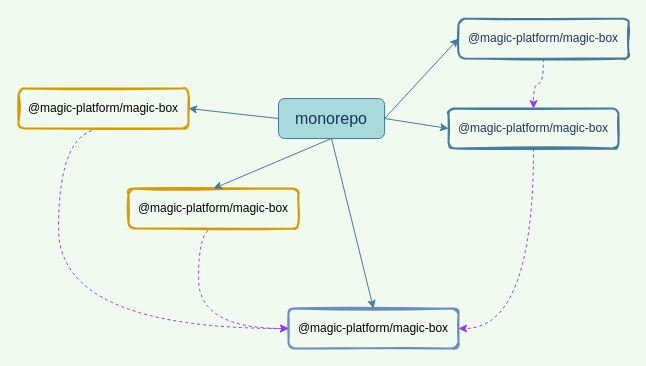
Earlier version of the draw.io diagram 1127.drawio (qqstt/diagram). Source tidied: cells renumbered, new cells numbered last; positions are measured from the earlier drawing's top-left corner, leaving out a move shared by most shapes. Both pictures are drawn from the tidied source at 100%, with x=0, y=0 at pixel (18, 18).
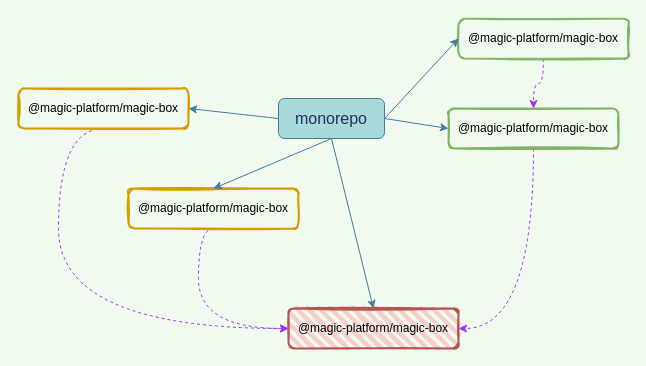
The same diagram, later.

The edit, as a diff of the source:
```diff
@@
-    <mxCell id="4" value="&lt;div style=&quot;font-size: 12px;&quot;&gt;&lt;div class=&quot;ace-line ace-line old-record-id-JIQad8sEWowKi4xaQBFcA7dcnKf&quot; style=&quot;&quot;&gt;&lt;font style=&quot;font-size: 12px;&quot;&gt;@magic-platform/magic-box&lt;/font&gt;&lt;/div&gt;&lt;/div&gt;&lt;font style=&quot;font-size: 12px;&quot;&gt;&lt;span class=&quot;lark-record-clipboard&quot; data-lark-record-data=&quot;{&amp;quot;rootId&amp;quot;:&amp;quot;DxfHdrzcuoXOEqxZpcIcURhInae&amp;quot;,&amp;quot;text&amp;quot;:{&amp;quot;initialAttributedTexts&amp;quot;:{&amp;quot;text&amp;quot;:{&amp;quot;0&amp;quot;:&amp;quot;@magic-platform/magic-box&amp;quot;},&amp;quot;attribs&amp;quot;:{&amp;quot;0&amp;quot;:&amp;quot;*0+p&amp;quot;}},&amp;quot;apool&amp;quot;:{&amp;quot;numToAttrib&amp;quot;:{&amp;quot;0&amp;quot;:[&amp;quot;author&amp;quot;,&amp;quot;7068583431243890692&amp;quot;]},&amp;quot;nextNum&amp;quot;:1}},&amp;quot;type&amp;quot;:&amp;quot;text&amp;quot;,&amp;quot;referenceRecordMap&amp;quot;:{},&amp;quot;extra&amp;quot;:{&amp;quot;mention_page_title&amp;quot;:{},&amp;quot;external_mention_url&amp;quot;:{}},&amp;quot;isKeepQuoteContainer&amp;quot;:false,&amp;quot;isFromCode&amp;quot;:false,&amp;quot;selection&amp;quot;:[{&amp;quot;id&amp;quot;:23,&amp;quot;type&amp;quot;:&amp;quot;text&amp;quot;,&amp;quot;selection&amp;quot;:{&amp;quot;start&amp;quot;:0,&amp;quot;end&amp;quot;:25},&amp;quot;recordId&amp;quot;:&amp;quot;JIQad8sEWowKi4xaQBFcA7dcnKf&amp;quot;}],&amp;quot;isCut&amp;quot;:false}&quot;&gt;&lt;/span&gt;&lt;/font&gt;" style="rounded=1;whiteSpace=wrap;html=1;strokeWidth=2;fillWeight=4;hachureGap=8;hachureAngle=45;fillColor=none;sketch=1;fontSize=18;strokeColor=#6c8ebf;" parent="1" vertex="1">
+    <mxCell id="4" value="&lt;div style=&quot;font-size: 12px;&quot;&gt;&lt;div class=&quot;ace-line ace-line old-record-id-JIQad8sEWowKi4xaQBFcA7dcnKf&quot; style=&quot;&quot;&gt;&lt;font style=&quot;font-size: 12px;&quot;&gt;@magic-platform/magic-box&lt;/font&gt;&lt;/div&gt;&lt;/div&gt;&lt;font style=&quot;font-size: 12px;&quot;&gt;&lt;span class=&quot;lark-record-clipboard&quot; data-lark-record-data=&quot;{&amp;quot;rootId&amp;quot;:&amp;quot;DxfHdrzcuoXOEqxZpcIcURhInae&amp;quot;,&amp;quot;text&amp;quot;:{&amp;quot;initialAttributedTexts&amp;quot;:{&amp;quot;text&amp;quot;:{&amp;quot;0&amp;quot;:&amp;quot;@magic-platform/magic-box&amp;quot;},&amp;quot;attribs&amp;quot;:{&amp;quot;0&amp;quot;:&amp;quot;*0+p&amp;quot;}},&amp;quot;apool&amp;quot;:{&amp;quot;numToAttrib&amp;quot;:{&amp;quot;0&amp;quot;:[&amp;quot;author&amp;quot;,&amp;quot;7068583431243890692&amp;quot;]},&amp;quot;nextNum&amp;quot;:1}},&amp;quot;type&amp;quot;:&amp;quot;text&amp;quot;,&amp;quot;referenceRecordMap&amp;quot;:{},&amp;quot;extra&amp;quot;:{&amp;quot;mention_page_title&amp;quot;:{},&amp;quot;external_mention_url&amp;quot;:{}},&amp;quot;isKeepQuoteContainer&amp;quot;:false,&amp;quot;isFromCode&amp;quot;:false,&amp;quot;selection&amp;quot;:[{&amp;quot;id&amp;quot;:23,&amp;quot;type&amp;quot;:&amp;quot;text&amp;quot;,&amp;quot;selection&amp;quot;:{&amp;quot;start&amp;quot;:0,&amp;quot;end&amp;quot;:25},&amp;quot;recordId&amp;quot;:&amp;quot;JIQad8sEWowKi4xaQBFcA7dcnKf&amp;quot;}],&amp;quot;isCut&amp;quot;:false}&quot;&gt;&lt;/span&gt;&lt;/font&gt;" style="rounded=1;whiteSpace=wrap;html=1;strokeWidth=2;fillWeight=4;hachureGap=8;hachureAngle=45;fillColor=#f8cecc;sketch=1;fontSize=18;strokeColor=#b85450;" parent="1" vertex="1">
       <mxGeometry x="270" y="290" width="170" height="40" as="geometry" />
     </mxCell>
@@
-    <mxCell id="10" value="&lt;div style=&quot;font-size: 12px;&quot;&gt;&lt;div class=&quot;ace-line ace-line old-record-id-JIQad8sEWowKi4xaQBFcA7dcnKf&quot; style=&quot;&quot;&gt;&lt;font style=&quot;font-size: 12px;&quot;&gt;@magic-platform/magic-box&lt;/font&gt;&lt;/div&gt;&lt;/div&gt;&lt;font style=&quot;font-size: 12px;&quot;&gt;&lt;span class=&quot;lark-record-clipboard&quot; data-lark-record-data=&quot;{&amp;quot;rootId&amp;quot;:&amp;quot;DxfHdrzcuoXOEqxZpcIcURhInae&amp;quot;,&amp;quot;text&amp;quot;:{&amp;quot;initialAttributedTexts&amp;quot;:{&amp;quot;text&amp;quot;:{&amp;quot;0&amp;quot;:&amp;quot;@magic-platform/magic-box&amp;quot;},&amp;quot;attribs&amp;quot;:{&amp;quot;0&amp;quot;:&amp;quot;*0+p&amp;quot;}},&amp;quot;apool&amp;quot;:{&amp;quot;numToAttrib&amp;quot;:{&amp;quot;0&amp;quot;:[&amp;quot;author&amp;quot;,&amp;quot;7068583431243890692&amp;quot;]},&amp;quot;nextNum&amp;quot;:1}},&amp;quot;type&amp;quot;:&amp;quot;text&amp;quot;,&amp;quot;referenceRecordMap&amp;quot;:{},&amp;quot;extra&amp;quot;:{&amp;quot;mention_page_title&amp;quot;:{},&amp;quot;external_mention_url&amp;quot;:{}},&amp;quot;isKeepQuoteContainer&amp;quot;:false,&amp;quot;isFromCode&amp;quot;:false,&amp;quot;selection&amp;quot;:[{&amp;quot;id&amp;quot;:23,&amp;quot;type&amp;quot;:&amp;quot;text&amp;quot;,&amp;quot;selection&amp;quot;:{&amp;quot;start&amp;quot;:0,&amp;quot;end&amp;quot;:25},&amp;quot;recordId&amp;quot;:&amp;quot;JIQad8sEWowKi4xaQBFcA7dcnKf&amp;quot;}],&amp;quot;isCut&amp;quot;:false}&quot;&gt;&lt;/span&gt;&lt;/font&gt;" style="rounded=1;whiteSpace=wrap;html=1;strokeWidth=2;fillWeight=4;hachureGap=8;hachureAngle=45;fillColor=none;sketch=1;fontSize=18;strokeColor=#457B9D;fontColor=#1D3557;" parent="1" vertex="1">
+    <mxCell id="10" value="&lt;div style=&quot;font-size: 12px;&quot;&gt;&lt;div class=&quot;ace-line ace-line old-record-id-JIQad8sEWowKi4xaQBFcA7dcnKf&quot; style=&quot;&quot;&gt;&lt;font style=&quot;font-size: 12px;&quot;&gt;@magic-platform/magic-box&lt;/font&gt;&lt;/div&gt;&lt;/div&gt;&lt;font style=&quot;font-size: 12px;&quot;&gt;&lt;span class=&quot;lark-record-clipboard&quot; data-lark-record-data=&quot;{&amp;quot;rootId&amp;quot;:&amp;quot;DxfHdrzcuoXOEqxZpcIcURhInae&amp;quot;,&amp;quot;text&amp;quot;:{&amp;quot;initialAttributedTexts&amp;quot;:{&amp;quot;text&amp;quot;:{&amp;quot;0&amp;quot;:&amp;quot;@magic-platform/magic-box&amp;quot;},&amp;quot;attribs&amp;quot;:{&amp;quot;0&amp;quot;:&amp;quot;*0+p&amp;quot;}},&amp;quot;apool&amp;quot;:{&amp;quot;numToAttrib&amp;quot;:{&amp;quot;0&amp;quot;:[&amp;quot;author&amp;quot;,&amp;quot;7068583431243890692&amp;quot;]},&amp;quot;nextNum&amp;quot;:1}},&amp;quot;type&amp;quot;:&amp;quot;text&amp;quot;,&amp;quot;referenceRecordMap&amp;quot;:{},&amp;quot;extra&amp;quot;:{&amp;quot;mention_page_title&amp;quot;:{},&amp;quot;external_mention_url&amp;quot;:{}},&amp;quot;isKeepQuoteContainer&amp;quot;:false,&amp;quot;isFromCode&amp;quot;:false,&amp;quot;selection&amp;quot;:[{&amp;quot;id&amp;quot;:23,&amp;quot;type&amp;quot;:&amp;quot;text&amp;quot;,&amp;quot;selection&amp;quot;:{&amp;quot;start&amp;quot;:0,&amp;quot;end&amp;quot;:25},&amp;quot;recordId&amp;quot;:&amp;quot;JIQad8sEWowKi4xaQBFcA7dcnKf&amp;quot;}],&amp;quot;isCut&amp;quot;:false}&quot;&gt;&lt;/span&gt;&lt;/font&gt;" style="rounded=1;whiteSpace=wrap;html=1;strokeWidth=2;fillWeight=4;hachureGap=8;hachureAngle=45;fillColor=none;sketch=1;fontSize=18;strokeColor=#82b366;" parent="1" vertex="1">
       <mxGeometry x="430" y="90" width="170" height="40" as="geometry" />
     </mxCell>
@@
-    <mxCell id="12" value="&lt;div style=&quot;font-size: 12px;&quot;&gt;&lt;div class=&quot;ace-line ace-line old-record-id-JIQad8sEWowKi4xaQBFcA7dcnKf&quot; style=&quot;&quot;&gt;&lt;font style=&quot;font-size: 12px;&quot;&gt;@magic-platform/magic-box&lt;/font&gt;&lt;/div&gt;&lt;/div&gt;&lt;font style=&quot;font-size: 12px;&quot;&gt;&lt;span class=&quot;lark-record-clipboard&quot; data-lark-record-data=&quot;{&amp;quot;rootId&amp;quot;:&amp;quot;DxfHdrzcuoXOEqxZpcIcURhInae&amp;quot;,&amp;quot;text&amp;quot;:{&amp;quot;initialAttributedTexts&amp;quot;:{&amp;quot;text&amp;quot;:{&amp;quot;0&amp;quot;:&amp;quot;@magic-platform/magic-box&amp;quot;},&amp;quot;attribs&amp;quot;:{&amp;quot;0&amp;quot;:&amp;quot;*0+p&amp;quot;}},&amp;quot;apool&amp;quot;:{&amp;quot;numToAttrib&amp;quot;:{&amp;quot;0&amp;quot;:[&amp;quot;author&amp;quot;,&amp;quot;7068583431243890692&amp;quot;]},&amp;quot;nextNum&amp;quot;:1}},&amp;quot;type&amp;quot;:&amp;quot;text&amp;quot;,&amp;quot;referenceRecordMap&amp;quot;:{},&amp;quot;extra&amp;quot;:{&amp;quot;mention_page_title&amp;quot;:{},&amp;quot;external_mention_url&amp;quot;:{}},&amp;quot;isKeepQuoteContainer&amp;quot;:false,&amp;quot;isFromCode&amp;quot;:false,&amp;quot;selection&amp;quot;:[{&amp;quot;id&amp;quot;:23,&amp;quot;type&amp;quot;:&amp;quot;text&amp;quot;,&amp;quot;selection&amp;quot;:{&amp;quot;start&amp;quot;:0,&amp;quot;end&amp;quot;:25},&amp;quot;recordId&amp;quot;:&amp;quot;JIQad8sEWowKi4xaQBFcA7dcnKf&amp;quot;}],&amp;quot;isCut&amp;quot;:false}&quot;&gt;&lt;/span&gt;&lt;/font&gt;" style="rounded=1;whiteSpace=wrap;html=1;strokeWidth=2;fillWeight=4;hachureGap=8;hachureAngle=45;fillColor=none;sketch=1;fontSize=18;strokeColor=#457B9D;fontColor=#1D3557;" parent="1" vertex="1">
+    <mxCell id="12" value="&lt;div style=&quot;font-size: 12px;&quot;&gt;&lt;div class=&quot;ace-line ace-line old-record-id-JIQad8sEWowKi4xaQBFcA7dcnKf&quot; style=&quot;&quot;&gt;&lt;font style=&quot;font-size: 12px;&quot;&gt;@magic-platform/magic-box&lt;/font&gt;&lt;/div&gt;&lt;/div&gt;&lt;font style=&quot;font-size: 12px;&quot;&gt;&lt;span class=&quot;lark-record-clipboard&quot; data-lark-record-data=&quot;{&amp;quot;rootId&amp;quot;:&amp;quot;DxfHdrzcuoXOEqxZpcIcURhInae&amp;quot;,&amp;quot;text&amp;quot;:{&amp;quot;initialAttributedTexts&amp;quot;:{&amp;quot;text&amp;quot;:{&amp;quot;0&amp;quot;:&amp;quot;@magic-platform/magic-box&amp;quot;},&amp;quot;attribs&amp;quot;:{&amp;quot;0&amp;quot;:&amp;quot;*0+p&amp;quot;}},&amp;quot;apool&amp;quot;:{&amp;quot;numToAttrib&amp;quot;:{&amp;quot;0&amp;quot;:[&amp;quot;author&amp;quot;,&amp;quot;7068583431243890692&amp;quot;]},&amp;quot;nextNum&amp;quot;:1}},&amp;quot;type&amp;quot;:&amp;quot;text&amp;quot;,&amp;quot;referenceRecordMap&amp;quot;:{},&amp;quot;extra&amp;quot;:{&amp;quot;mention_page_title&amp;quot;:{},&amp;quot;external_mention_url&amp;quot;:{}},&amp;quot;isKeepQuoteContainer&amp;quot;:false,&amp;quot;isFromCode&amp;quot;:false,&amp;quot;selection&amp;quot;:[{&amp;quot;id&amp;quot;:23,&amp;quot;type&amp;quot;:&amp;quot;text&amp;quot;,&amp;quot;selection&amp;quot;:{&amp;quot;start&amp;quot;:0,&amp;quot;end&amp;quot;:25},&amp;quot;recordId&amp;quot;:&amp;quot;JIQad8sEWowKi4xaQBFcA7dcnKf&amp;quot;}],&amp;quot;isCut&amp;quot;:false}&quot;&gt;&lt;/span&gt;&lt;/font&gt;" style="rounded=1;whiteSpace=wrap;html=1;strokeWidth=2;fillWeight=4;hachureGap=8;hachureAngle=45;fillColor=none;sketch=1;fontSize=18;strokeColor=#82b366;" parent="1" vertex="1">
       <mxGeometry x="440" width="170" height="40" as="geometry" />
     </mxCell>
```
